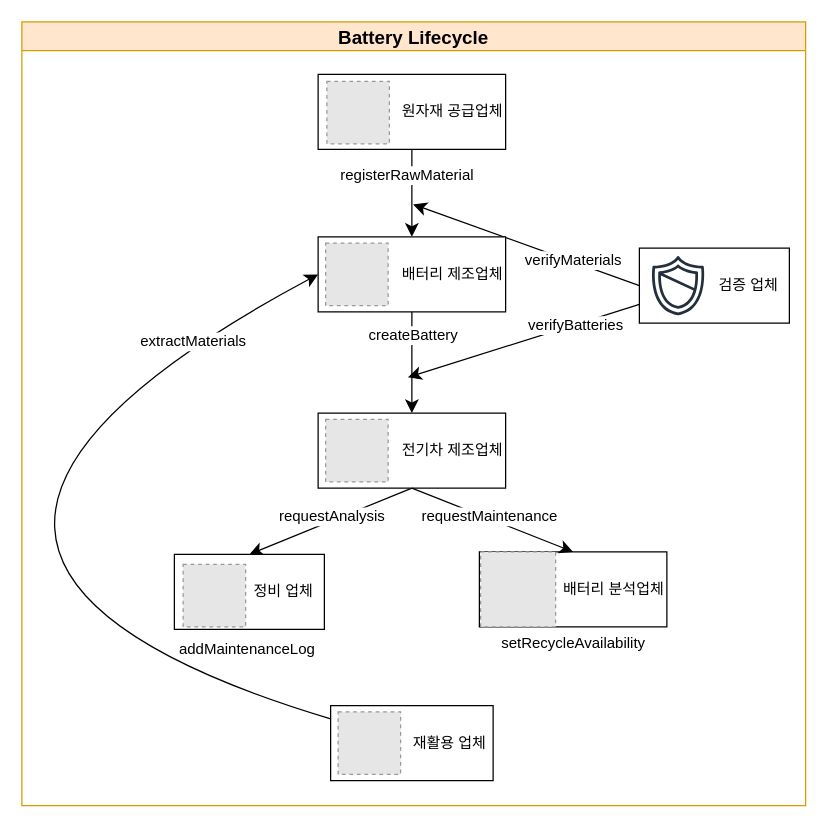
The draw.io diagram user_scenario.drawio in insang01/Weekly-Algorithm, before the edit. Source tidied: cells renumbered, new cells numbered last; positions are measured from the earlier drawing's top-left corner, leaving out a move shared by most shapes. Both pictures are drawn from the tidied source at 125%, with x=0, y=0 at pixel (-211, 21). Pictures stored in the file or linked from it are replaced by grey dashed boxes.
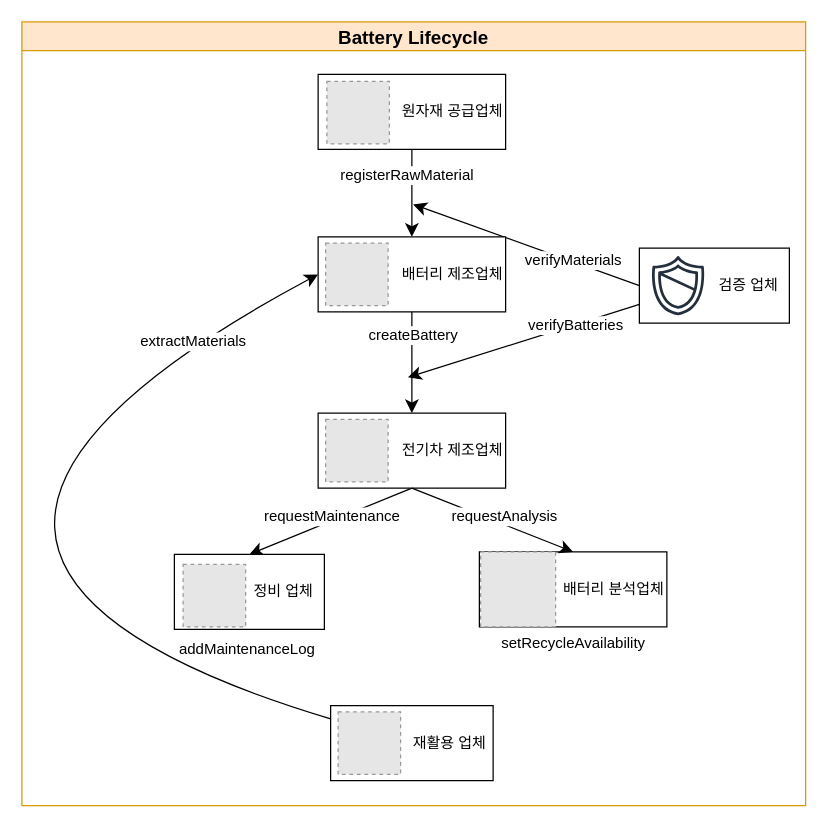
Above is the later version.

The change refers to these unchanged cells:
```xml
<mxCell id="13" style="edgeStyle=none;curved=1;rounded=0;jettySize=auto;html=1;exitX=0.5;exitY=1;exitDx=0;exitDy=0;entryX=0.5;entryY=0;entryDx=0;entryDy=0;fontSize=12;startSize=8;endSize=8;" parent="1" edge="1" source="15" target="16">
  <mxGeometry relative="1" as="geometry" />
</mxCell>
<mxCell id="28" style="edgeStyle=none;curved=1;rounded=0;jettySize=auto;html=1;exitX=0.5;exitY=1;exitDx=0;exitDy=0;fontSize=12;startSize=8;endSize=8;entryX=0.5;entryY=0;entryDx=0;entryDy=0;" parent="1" edge="1" source="15" target="17">
  <mxGeometry relative="1" as="geometry" />
</mxCell>
```

Diff of the diagram source:
```diff
@@
-    <mxCell id="14" value="requestAnalysis" style="edgeLabel;html=1;align=center;verticalAlign=middle;fontSize=12;" parent="13" vertex="1">
+    <mxCell id="14" value="requestMaintenance" style="edgeLabel;html=1;align=center;verticalAlign=middle;fontSize=12;" parent="13" vertex="1">
       <mxGeometry x="-0.03" y="-3" relative="1" as="geometry" />
     </mxCell>
@@
-    <mxCell id="29" value="requestMaintenance" style="edgeLabel;html=1;align=center;verticalAlign=middle;fontSize=12;" parent="28" vertex="1">
-      <mxGeometry x="-0.07" y="2" relative="1" as="geometry" />
-    </mxCell>
+    <mxCell id="33" value="&lt;font style=&quot;font-size: 12px;&quot;&gt;requestAnalysis&lt;/font&gt;" style="edgeLabel;html=1;align=center;verticalAlign=middle;" parent="28" vertex="1">
+      <mxGeometry x="-0.23" y="1" relative="1" as="geometry">
+        <mxPoint x="24" y="4" as="offset" />
+      </mxGeometry>
+    </mxCell>
```
